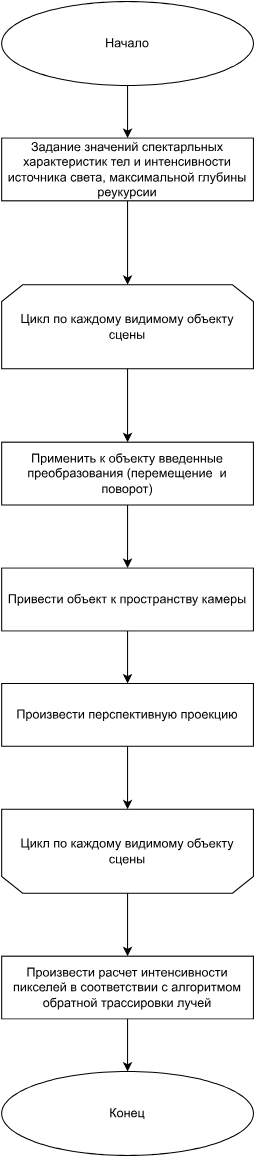
Before: docs/images/frame_algo.svg, a diagram exported from draw.io (needsomesleeptd/cg_course). Source tidied: cells renumbered, new cells last; positions are measured from the earlier drawing's top-left corner, leaving out a move shared by most shapes. The source it was exported from:
```xml
<mxGraphModel>
  <root>
    <mxCell id="0" />
    <mxCell id="1" parent="0" />
    <mxCell id="2" value="Начало" style="ellipse;whiteSpace=wrap;html=1;" parent="1" vertex="1">
      <mxGeometry width="240" height="80" as="geometry" />
    </mxCell>
    <mxCell id="3" style="endArrow=classic;html=1;rounded=0;" parent="1" edge="1" source="2" target="4">
      <mxGeometry relative="1" as="geometry" />
    </mxCell>
    <mxCell id="4" value="Задание значений спектарльных характеристик тел и интенсивности источника света, максимальной глубины реукурсии" style="rounded=0;whiteSpace=wrap;html=1;" parent="1" vertex="1">
      <mxGeometry y="130" width="240" height="60" as="geometry" />
    </mxCell>
    <mxCell id="5" value="Цикл по каждому видимому объекту сцены" style="shape=loopLimit;whiteSpace=wrap;html=1;direction=west;" parent="1" vertex="1">
      <mxGeometry y="770" width="240" height="80" as="geometry" />
    </mxCell>
    <mxCell id="6" value="Конец" style="ellipse;whiteSpace=wrap;html=1;" parent="1" vertex="1">
      <mxGeometry y="1020" width="240" height="80" as="geometry" />
    </mxCell>
    <mxCell id="7" style="endArrow=classic;html=1;rounded=0;" parent="1" edge="1" source="4" target="8">
      <mxGeometry relative="1" as="geometry" />
    </mxCell>
    <mxCell id="8" value="Цикл по каждому видимому объекту сцены" style="shape=loopLimit;whiteSpace=wrap;html=1;" parent="1" vertex="1">
      <mxGeometry y="270" width="240" height="80" as="geometry" />
    </mxCell>
    <mxCell id="9" style="endArrow=classic;html=1;rounded=0;" parent="1" edge="1" source="8" target="10">
      <mxGeometry relative="1" as="geometry" />
    </mxCell>
    <mxCell id="10" value="Применить к объекту введенные преобразования (перемещение&amp;nbsp; и поворот)" style="rounded=0;whiteSpace=wrap;html=1;" parent="1" vertex="1">
      <mxGeometry y="420" width="240" height="60" as="geometry" />
    </mxCell>
    <mxCell id="11" value="Привести объект к пространству камеры" style="rounded=0;whiteSpace=wrap;html=1;" parent="1" vertex="1">
      <mxGeometry y="540" width="240" height="60" as="geometry" />
    </mxCell>
    <mxCell id="12" value="Произвести перспективную проекцию" style="rounded=0;whiteSpace=wrap;html=1;" parent="1" vertex="1">
      <mxGeometry y="650" width="240" height="60" as="geometry" />
    </mxCell>
    <mxCell id="13" style="endArrow=classic;html=1;rounded=0;" parent="1" edge="1" source="5" target="14">
      <mxGeometry relative="1" as="geometry" />
    </mxCell>
    <mxCell id="14" value="Произвести расчет интенсивности пикселей в соответствии с алгоритмом обратной трассировки лучей" style="rounded=0;whiteSpace=wrap;html=1;" parent="1" vertex="1">
      <mxGeometry y="910" width="240" height="60" as="geometry" />
    </mxCell>
    <mxCell id="15" style="endArrow=classic;html=1;rounded=0;" parent="1" edge="1" source="14" target="6">
      <mxGeometry relative="1" as="geometry" />
    </mxCell>
    <mxCell id="16" style="endArrow=classic;html=1;rounded=0;exitX=0.5;exitY=1;exitDx=0;exitDy=0;" parent="1" edge="1" source="10" target="11">
      <mxGeometry relative="1" as="geometry" />
    </mxCell>
    <mxCell id="17" style="endArrow=classic;html=1;rounded=0;exitX=0.5;exitY=1;exitDx=0;exitDy=0;entryX=0.5;entryY=0;entryDx=0;entryDy=0;" parent="1" edge="1" source="11" target="12">
      <mxGeometry relative="1" as="geometry" />
    </mxCell>
    <mxCell id="18" style="endArrow=classic;html=1;rounded=0;" parent="1" edge="1" source="12" target="5">
      <mxGeometry relative="1" as="geometry" />
    </mxCell>
  </root>
</mxGraphModel>
```
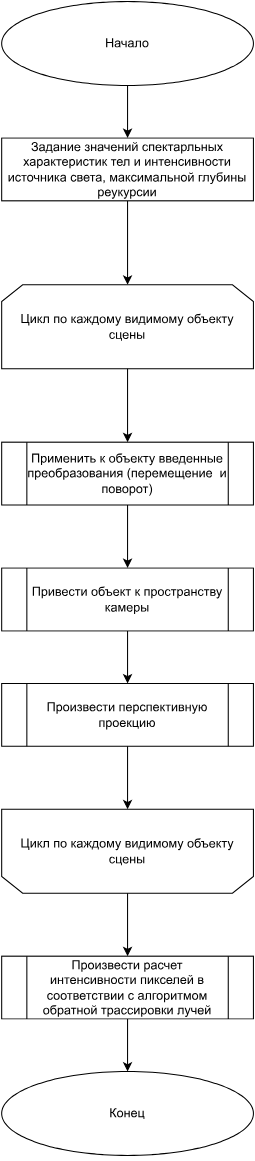
After the change.

What changed in the source:
```diff
@@ -26,19 +26,19 @@
     <mxCell id="9" style="endArrow=classic;html=1;rounded=0;" parent="1" edge="1" source="8" target="10">
       <mxGeometry relative="1" as="geometry" />
     </mxCell>
-    <mxCell id="10" value="Применить к объекту введенные преобразования (перемещение&amp;nbsp; и поворот)" style="rounded=0;whiteSpace=wrap;html=1;" parent="1" vertex="1">
+    <mxCell id="10" value="Применить к объекту введенные преобразования (перемещение&amp;nbsp; и поворот)" style="rounded=0;whiteSpace=wrap;html=1;shape=process;backgroundOutline=1;" parent="1" vertex="1">
       <mxGeometry y="420" width="240" height="60" as="geometry" />
     </mxCell>
-    <mxCell id="11" value="Привести объект к пространству камеры" style="rounded=0;whiteSpace=wrap;html=1;" parent="1" vertex="1">
+    <mxCell id="11" value="Привести объект к пространству камеры" style="rounded=0;whiteSpace=wrap;html=1;shape=process;backgroundOutline=1;" parent="1" vertex="1">
       <mxGeometry y="540" width="240" height="60" as="geometry" />
     </mxCell>
-    <mxCell id="12" value="Произвести перспективную проекцию" style="rounded=0;whiteSpace=wrap;html=1;" parent="1" vertex="1">
+    <mxCell id="12" value="Произвести перспективную проекцию" style="rounded=0;whiteSpace=wrap;html=1;shape=process;backgroundOutline=1;" parent="1" vertex="1">
       <mxGeometry y="650" width="240" height="60" as="geometry" />
     </mxCell>
     <mxCell id="13" style="endArrow=classic;html=1;rounded=0;" parent="1" edge="1" source="5" target="14">
       <mxGeometry relative="1" as="geometry" />
     </mxCell>
-    <mxCell id="14" value="Произвести расчет интенсивности пикселей в соответствии с алгоритмом обратной трассировки лучей" style="rounded=0;whiteSpace=wrap;html=1;" parent="1" vertex="1">
+    <mxCell id="14" value="Произвести расчет интенсивности пикселей в соответствии с алгоритмом обратной трассировки лучей" style="rounded=0;whiteSpace=wrap;html=1;shape=process;backgroundOutline=1;" parent="1" vertex="1">
       <mxGeometry y="910" width="240" height="60" as="geometry" />
     </mxCell>
     <mxCell id="15" style="endArrow=classic;html=1;rounded=0;" parent="1" edge="1" source="14" target="6">
```
